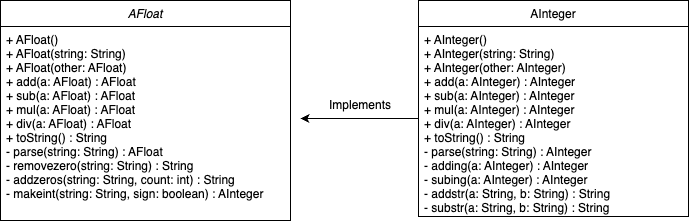
Before: images/uml.png, a diagram exported from draw.io (AryanAg2701/sdf_project). Source tidied: cells renumbered, new cells last; positions are measured from the earlier drawing's top-left corner, leaving out a move shared by most shapes.
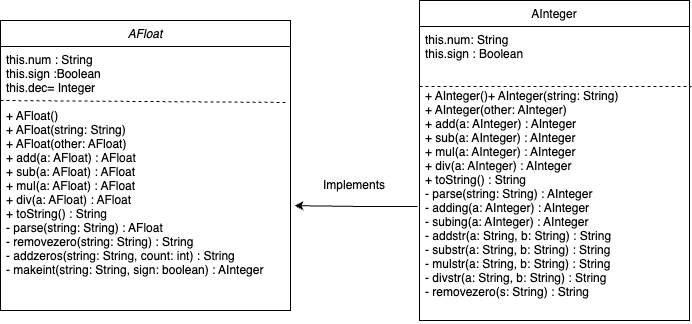
The same diagram one commit later.

What changed in the source:
```diff
@@ -3,24 +3,42 @@
     <mxCell id="0" />
     <mxCell id="1" parent="0" />
     <mxCell id="2" value="AFloat" style="swimlane;fontStyle=2;align=center;verticalAlign=top;horizontal=1;startSize=26;rounded=0;shadow=0;strokeWidth=1;" parent="1" vertex="1">
-      <mxGeometry width="290" height="220" as="geometry" />
+      <mxGeometry width="290" height="290" as="geometry" />
     </mxCell>
+    <mxCell id="8" style="endArrow=none;dashed=1;html=1;rounded=0;entryX=0.986;entryY=0.212;entryDx=0;entryDy=0;entryPerimeter=0;" parent="2" edge="1" target="3">
+      <mxGeometry relative="1" as="geometry">
+        <mxPoint y="80" as="sourcePoint" />
+      </mxGeometry>
+    </mxCell>
-    <mxCell id="3" value="+ AFloat()&#10;+ AFloat(string: String)&#10;+ AFloat(other: AFloat)&#10;+ add(a: AFloat) : AFloat&#10;+ sub(a: AFloat) : AFloat&#10;+ mul(a: AFloat) : AFloat&#10;+ div(a: AFloat) : AFloat&#10;+ toString() : String&#10;- parse(string: String) : AFloat&#10;- removezero(string: String) : String&#10;- addzeros(string: String, count: int) : String&#10;- makeint(string: String, sign: boolean) : AInteger&#10;" style="text;align=left;verticalAlign=top;spacingLeft=4;spacingRight=4;overflow=hidden;points=[[0,0.5],[1,0.5]];portConstraint=eastwest;" parent="2" vertex="1">
-      <mxGeometry y="26" width="290" height="194" as="geometry" />
+    <mxCell id="3" value="this.num : String&#10;this.sign :Boolean&#10;this.dec= Integer&#10;&#10;+ AFloat()&#10;+ AFloat(string: String)&#10;+ AFloat(other: AFloat)&#10;+ add(a: AFloat) : AFloat&#10;+ sub(a: AFloat) : AFloat&#10;+ mul(a: AFloat) : AFloat&#10;+ div(a: AFloat) : AFloat&#10;+ toString() : String&#10;- parse(string: String) : AFloat&#10;- removezero(string: String) : String&#10;- addzeros(string: String, count: int) : String&#10;- makeint(string: String, sign: boolean) : AInteger&#10;" style="text;align=left;verticalAlign=top;spacingLeft=4;spacingRight=4;overflow=hidden;points=[[0,0.5],[1,0.5]];portConstraint=eastwest;" parent="2" vertex="1">
+      <mxGeometry y="26" width="290" height="264" as="geometry" />
     </mxCell>
+    <mxCell id="9" style="edgeStyle=orthogonalEdgeStyle;rounded=0;orthogonalLoop=1;jettySize=auto;html=1;" parent="1" edge="1">
+      <mxGeometry relative="1" as="geometry">
+        <mxPoint x="553" y="270" as="sourcePoint" />
+        <mxPoint x="553" y="270" as="targetPoint" />
+      </mxGeometry>
+    </mxCell>
     <mxCell id="4" value="AInteger" style="swimlane;fontStyle=0;align=center;verticalAlign=top;horizontal=1;startSize=26;rounded=0;shadow=0;strokeWidth=1;" parent="1" vertex="1">
-      <mxGeometry x="418" width="270" height="216" as="geometry" />
+      <mxGeometry x="419" y="-20" width="270" height="320" as="geometry" />
     </mxCell>
-    <mxCell id="5" style="edgeStyle=orthogonalEdgeStyle;rounded=0;jettySize=auto;html=1;exitX=0;exitY=0.5;exitDx=0;exitDy=0;" parent="4" edge="1" source="6">
-      <mxGeometry relative="1" as="geometry">
-        <mxPoint x="-118" y="118" as="targetPoint" />
-      </mxGeometry>
-    </mxCell>
+    <mxCell id="10" style="endArrow=none;dashed=1;html=1;rounded=0;" parent="4" edge="1" target="6">
+      <mxGeometry relative="1" as="geometry">
+        <mxPoint y="86" as="sourcePoint" />
+        <Array as="points">
+          <mxPoint y="86" />
+          <mxPoint x="271" y="86" />
+        </Array>
+      </mxGeometry>
+    </mxCell>
-    <mxCell id="6" value="+ AInteger()&#10;+ AInteger(string: String)&#10;+ AInteger(other: AInteger)&#10;+ add(a: AInteger) : AInteger&#10;+ sub(a: AInteger) : AInteger&#10;+ mul(a: AInteger) : AInteger&#10;+ div(a: AInteger) : AInteger&#10;+ toString() : String&#10;- parse(string: String) : AInteger&#10;- adding(a: AInteger) : AInteger&#10;- subing(a: AInteger) : AInteger&#10;- addstr(a: String, b: String) : String&#10;- substr(a: String, b: String) : String&#10;- mulstr(a: String, b: String) : String&#10;- divstr(a: String, b: String) : String&#10;- removezero(s: String) : String&#10;" style="text;align=left;verticalAlign=top;spacingLeft=4;spacingRight=4;overflow=hidden;points=[[0,0.5],[1,0.5]];portConstraint=eastwest;rounded=0;shadow=0;html=0;" parent="4" vertex="1">
-      <mxGeometry y="26" width="270" height="184" as="geometry" />
+    <mxCell id="6" value="this.num: String&#10;this.sign : Boolean&#10;&#10;&#10;+ AInteger()+ AInteger(string: String)&#10;+ AInteger(other: AInteger)&#10;+ add(a: AInteger) : AInteger&#10;+ sub(a: AInteger) : AInteger&#10;+ mul(a: AInteger) : AInteger&#10;+ div(a: AInteger) : AInteger&#10;+ toString() : String&#10;- parse(string: String) : AInteger&#10;- adding(a: AInteger) : AInteger&#10;- subing(a: AInteger) : AInteger&#10;- addstr(a: String, b: String) : String&#10;- substr(a: String, b: String) : String&#10;- mulstr(a: String, b: String) : String&#10;- divstr(a: String, b: String) : String&#10;- removezero(s: String) : String&#10;" style="text;align=left;verticalAlign=top;spacingLeft=4;spacingRight=4;overflow=hidden;points=[[0,0.5],[1,0.5]];portConstraint=eastwest;rounded=0;shadow=0;html=0;" parent="4" vertex="1">
+      <mxGeometry y="26" width="270" height="294" as="geometry" />
     </mxCell>
     <mxCell id="7" value="Implements" style="text;strokeColor=none;align=center;fillColor=none;html=1;verticalAlign=middle;whiteSpace=wrap;rounded=0;" parent="1" vertex="1">
-      <mxGeometry x="330" y="90" width="60" height="30" as="geometry" />
+      <mxGeometry x="323.5" y="150" width="60" height="30" as="geometry" />
     </mxCell>
+    <mxCell id="5" style="edgeStyle=orthogonalEdgeStyle;rounded=0;jettySize=auto;html=1;exitX=-0.007;exitY=0.612;exitDx=0;exitDy=0;entryX=1.014;entryY=0.603;entryDx=0;entryDy=0;entryPerimeter=0;exitPerimeter=0;" parent="1" edge="1" source="6" target="3">
+      <mxGeometry relative="1" as="geometry" />
+    </mxCell>
   </root>
 </mxGraphModel>
```
